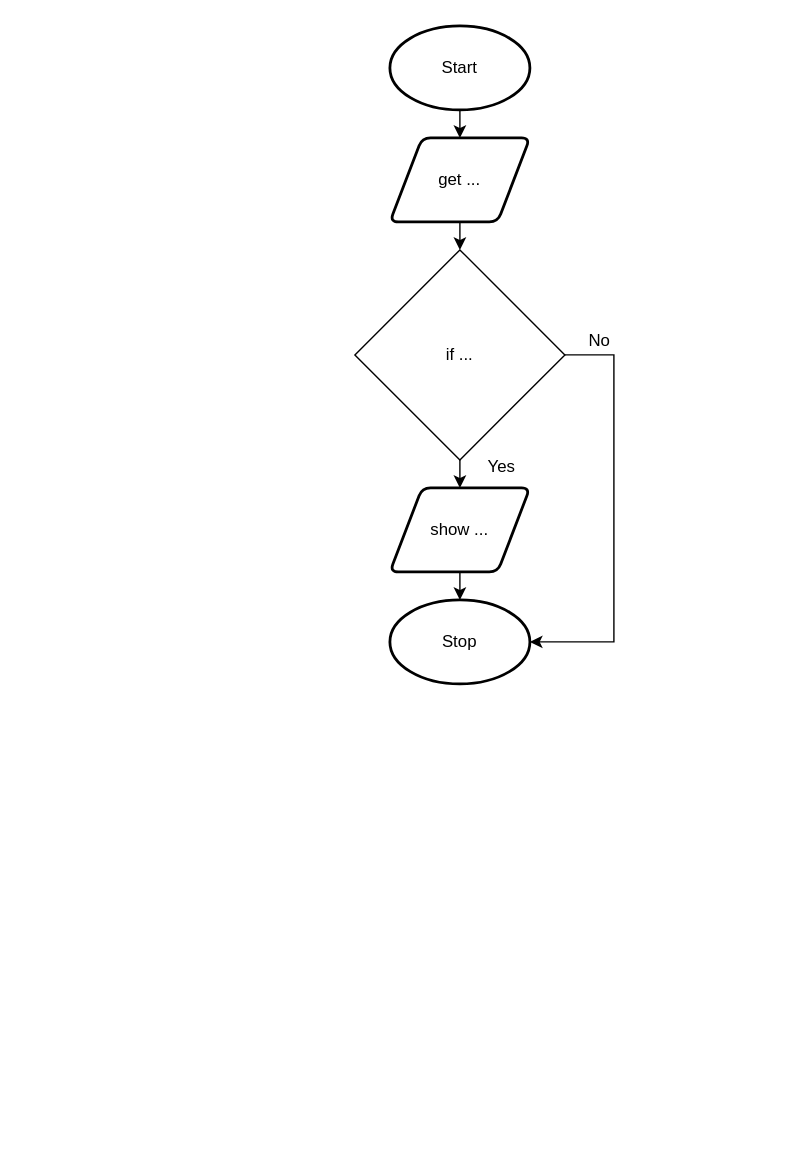
The draw.io diagram drawio/flowchart/flowchart.drawio in Aidan-Lalonde-Novales/ICS3U-Unit3-06-Python, before the edit. Source tidied: cells renumbered, new cells numbered last; positions are measured from the earlier drawing's top-left corner, leaving out a move shared by most shapes. Both pictures are drawn from the tidied source at 140%, with x=0, y=0 at pixel (354, 25).
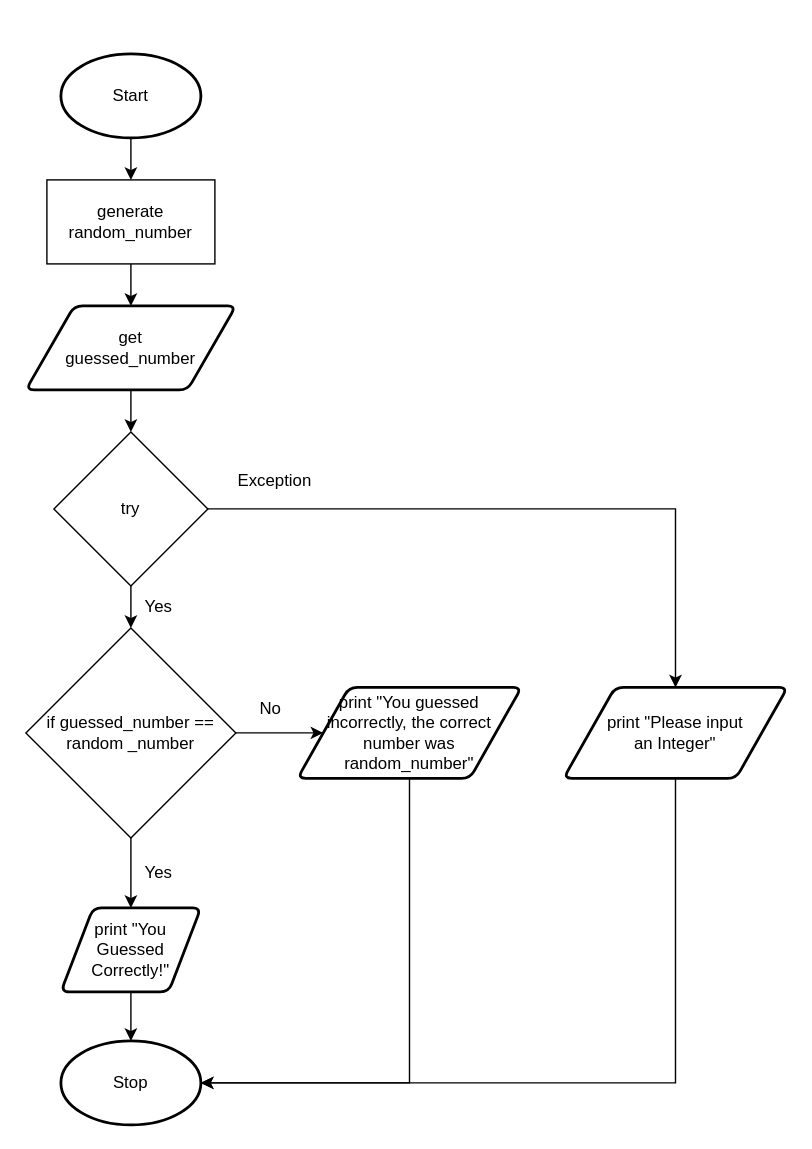
Above is the later version.

What changed in the source:
```diff
@@
-    <mxCell id="2" style="edgeStyle=none;html=1;exitX=0.5;exitY=1;exitDx=0;exitDy=0;exitPerimeter=0;entryX=0.5;entryY=0;entryDx=0;entryDy=0;" parent="1" edge="1" source="3" target="5">
-      <mxGeometry relative="1" as="geometry" />
-    </mxCell>
+    <mxCell id="14" style="edgeStyle=none;html=1;exitX=0.5;exitY=1;exitDx=0;exitDy=0;exitPerimeter=0;entryX=0.5;entryY=0;entryDx=0;entryDy=0;" parent="1" edge="1" source="3">
+      <mxGeometry relative="1" as="geometry">
+        <mxPoint x="-160" y="110" as="targetPoint" />
+      </mxGeometry>
+    </mxCell>
     <mxCell id="3" value="Start" style="strokeWidth=2;html=1;shape=mxgraph.flowchart.start_1;whiteSpace=wrap;" parent="1" vertex="1">
-      <mxGeometry x="25" width="100" height="60" as="geometry" />
+      <mxGeometry x="-210" y="20" width="100" height="60" as="geometry" />
     </mxCell>
-    <mxCell id="4" style="edgeStyle=none;html=1;exitX=0.5;exitY=1;exitDx=0;exitDy=0;entryX=0.5;entryY=0;entryDx=0;entryDy=0;" parent="1" edge="1" source="5">
-      <mxGeometry relative="1" as="geometry">
-        <mxPoint x="75" y="160" as="targetPoint" />
-      </mxGeometry>
-    </mxCell>
-    <mxCell id="5" value="get ..." style="shape=parallelogram;html=1;strokeWidth=2;perimeter=parallelogramPerimeter;whiteSpace=wrap;rounded=1;arcSize=12;size=0.23;" parent="1" vertex="1">
-      <mxGeometry x="25" y="80" width="100" height="60" as="geometry" />
-    </mxCell>
-    <mxCell id="6" style="edgeStyle=none;html=1;exitX=0.5;exitY=1;exitDx=0;exitDy=0;entryX=0.5;entryY=0;entryDx=0;entryDy=0;entryPerimeter=0;" parent="1" edge="1" source="7" target="8">
-      <mxGeometry relative="1" as="geometry" />
-    </mxCell>
-    <mxCell id="7" value="show ..." style="shape=parallelogram;html=1;strokeWidth=2;perimeter=parallelogramPerimeter;whiteSpace=wrap;rounded=1;arcSize=12;size=0.23;" parent="1" vertex="1">
-      <mxGeometry x="25" y="330" width="100" height="60" as="geometry" />
-    </mxCell>
+    <mxCell id="15" style="edgeStyle=none;html=1;exitX=0.5;exitY=1;exitDx=0;exitDy=0;entryX=0.5;entryY=0;entryDx=0;entryDy=0;" parent="1" edge="1" source="16" target="29">
+      <mxGeometry relative="1" as="geometry" />
+    </mxCell>
+    <mxCell id="16" value="get&lt;br&gt;guessed_number" style="shape=parallelogram;html=1;strokeWidth=2;perimeter=parallelogramPerimeter;whiteSpace=wrap;rounded=1;arcSize=12;size=0.23;" parent="1" vertex="1">
+      <mxGeometry x="-235" y="200" width="150" height="60" as="geometry" />
+    </mxCell>
+    <mxCell id="17" style="edgeStyle=none;html=1;exitX=0.5;exitY=1;exitDx=0;exitDy=0;entryX=0.5;entryY=0;entryDx=0;entryDy=0;entryPerimeter=0;" parent="1" edge="1" source="18" target="8">
+      <mxGeometry relative="1" as="geometry" />
+    </mxCell>
+    <mxCell id="18" value="print &quot;You Guessed Correctly!&quot;" style="shape=parallelogram;html=1;strokeWidth=2;perimeter=parallelogramPerimeter;whiteSpace=wrap;rounded=1;arcSize=12;size=0.23;" parent="1" vertex="1">
+      <mxGeometry x="-210" y="630" width="100" height="60" as="geometry" />
+    </mxCell>
     <mxCell id="8" value="Stop" style="strokeWidth=2;html=1;shape=mxgraph.flowchart.start_1;whiteSpace=wrap;" parent="1" vertex="1">
-      <mxGeometry x="25" y="410" width="100" height="60" as="geometry" />
+      <mxGeometry x="-210" y="725" width="100" height="60" as="geometry" />
     </mxCell>
-    <mxCell id="9" style="edgeStyle=none;html=1;exitX=0.5;exitY=1;exitDx=0;exitDy=0;entryX=0.5;entryY=0;entryDx=0;entryDy=0;" parent="1" edge="1" source="11" target="7">
-      <mxGeometry relative="1" as="geometry" />
-    </mxCell>
-    <mxCell id="10" style="edgeStyle=none;html=1;exitX=1;exitY=0.5;exitDx=0;exitDy=0;entryX=1;entryY=0.5;entryDx=0;entryDy=0;entryPerimeter=0;rounded=0;" parent="1" edge="1" source="11" target="8">
-      <mxGeometry relative="1" as="geometry">
-        <Array as="points">
-          <mxPoint x="185" y="235" />
-          <mxPoint x="185" y="440" />
-        </Array>
-      </mxGeometry>
-    </mxCell>
-    <mxCell id="11" value="if ..." style="rhombus;whiteSpace=wrap;html=1;" parent="1" vertex="1">
-      <mxGeometry y="160" width="150" height="150" as="geometry" />
-    </mxCell>
-    <mxCell id="12" value="Yes" style="text;html=1;strokeColor=none;fillColor=none;align=center;verticalAlign=middle;whiteSpace=wrap;rounded=0;" parent="1" vertex="1">
-      <mxGeometry x="75" y="300" width="60" height="30" as="geometry" />
-    </mxCell>
+    <mxCell id="19" value="Yes" style="text;html=1;strokeColor=none;fillColor=none;align=center;verticalAlign=middle;whiteSpace=wrap;rounded=0;" parent="1" vertex="1">
+      <mxGeometry x="-160" y="590" width="40" height="30" as="geometry" />
+    </mxCell>
+    <mxCell id="20" style="edgeStyle=none;html=1;exitX=0.5;exitY=1;exitDx=0;exitDy=0;entryX=1;entryY=0.5;entryDx=0;entryDy=0;entryPerimeter=0;rounded=0;" parent="1" edge="1" source="21" target="8">
+      <mxGeometry relative="1" as="geometry">
+        <Array as="points">
+          <mxPoint x="39" y="755" />
+        </Array>
+      </mxGeometry>
+    </mxCell>
+    <mxCell id="21" value="print &quot;You guessed incorrectly, the correct number was random_number&quot;" style="shape=parallelogram;html=1;strokeWidth=2;perimeter=parallelogramPerimeter;whiteSpace=wrap;rounded=1;arcSize=12;size=0.23;" parent="1" vertex="1">
+      <mxGeometry x="-41" y="472.5" width="160" height="65" as="geometry" />
+    </mxCell>
     <mxCell id="13" value="No" style="text;html=1;strokeColor=none;fillColor=none;align=center;verticalAlign=middle;whiteSpace=wrap;rounded=0;" parent="1" vertex="1">
-      <mxGeometry x="145" y="210" width="60" height="30" as="geometry" />
+      <mxGeometry x="-80" y="472.5" width="40" height="30" as="geometry" />
     </mxCell>
+    <mxCell id="22" style="edgeStyle=none;html=1;exitX=0.5;exitY=1;exitDx=0;exitDy=0;entryX=0.5;entryY=0;entryDx=0;entryDy=0;" parent="1" edge="1" source="24" target="18">
+      <mxGeometry relative="1" as="geometry" />
+    </mxCell>
+    <mxCell id="23" style="edgeStyle=none;html=1;exitX=1;exitY=0.5;exitDx=0;exitDy=0;entryX=0;entryY=0.5;entryDx=0;entryDy=0;" parent="1" edge="1" source="24" target="21">
+      <mxGeometry relative="1" as="geometry" />
+    </mxCell>
+    <mxCell id="24" value="&lt;span&gt;if guessed_number == random _number&lt;/span&gt;" style="rhombus;whiteSpace=wrap;html=1;" parent="1" vertex="1">
+      <mxGeometry x="-235" y="430" width="150" height="150" as="geometry" />
+    </mxCell>
+    <mxCell id="25" style="edgeStyle=none;html=1;entryX=0.5;entryY=0;entryDx=0;entryDy=0;" parent="1" edge="1" target="16">
+      <mxGeometry relative="1" as="geometry">
+        <mxPoint x="-160" y="170" as="sourcePoint" />
+      </mxGeometry>
+    </mxCell>
+    <mxCell id="26" value="&lt;span&gt;generate random_number&lt;/span&gt;" style="rounded=0;whiteSpace=wrap;html=1;" parent="1" vertex="1">
+      <mxGeometry x="-220" y="110" width="120" height="60" as="geometry" />
+    </mxCell>
+    <mxCell id="27" style="edgeStyle=none;html=1;exitX=0.5;exitY=1;exitDx=0;exitDy=0;entryX=0.5;entryY=0;entryDx=0;entryDy=0;" parent="1" edge="1" source="29" target="24">
+      <mxGeometry relative="1" as="geometry" />
+    </mxCell>
+    <mxCell id="28" style="edgeStyle=none;html=1;exitX=1;exitY=0.5;exitDx=0;exitDy=0;entryX=0.5;entryY=0;entryDx=0;entryDy=0;rounded=0;" parent="1" edge="1" source="29" target="31">
+      <mxGeometry relative="1" as="geometry">
+        <Array as="points">
+          <mxPoint x="229" y="345" />
+        </Array>
+      </mxGeometry>
+    </mxCell>
+    <mxCell id="29" value="&lt;span&gt;try&lt;/span&gt;" style="rhombus;whiteSpace=wrap;html=1;" parent="1" vertex="1">
+      <mxGeometry x="-215" y="290" width="110" height="110" as="geometry" />
+    </mxCell>
+    <mxCell id="30" style="edgeStyle=none;rounded=0;html=1;exitX=0.5;exitY=1;exitDx=0;exitDy=0;entryX=1;entryY=0.5;entryDx=0;entryDy=0;entryPerimeter=0;" parent="1" edge="1" source="31" target="8">
+      <mxGeometry relative="1" as="geometry">
+        <Array as="points">
+          <mxPoint x="229" y="755" />
+        </Array>
+      </mxGeometry>
+    </mxCell>
+    <mxCell id="31" value="print &quot;Please input &lt;br&gt;an Integer&quot;" style="shape=parallelogram;html=1;strokeWidth=2;perimeter=parallelogramPerimeter;whiteSpace=wrap;rounded=1;arcSize=12;size=0.23;" parent="1" vertex="1">
+      <mxGeometry x="149" y="472.5" width="160" height="65" as="geometry" />
+    </mxCell>
+    <mxCell id="32" value="Yes" style="text;html=1;strokeColor=none;fillColor=none;align=center;verticalAlign=middle;whiteSpace=wrap;rounded=0;" parent="1" vertex="1">
+      <mxGeometry x="-160" y="400" width="40" height="30" as="geometry" />
+    </mxCell>
+    <mxCell id="33" value="Exception" style="text;html=1;strokeColor=none;fillColor=none;align=center;verticalAlign=middle;whiteSpace=wrap;rounded=0;" parent="1" vertex="1">
+      <mxGeometry x="-100" y="310" width="86" height="30" as="geometry" />
+    </mxCell>
```
